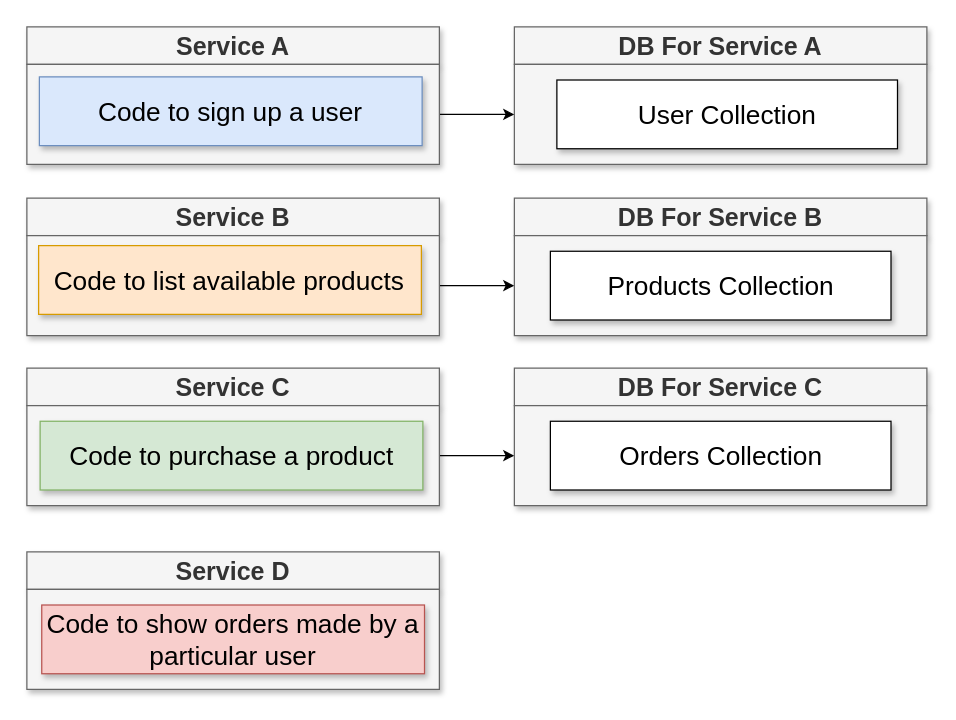
This is page "12 - new" (23 of 23) of diagrams/01/02.drawio from HappySuzuki/microservices-cast, a draw.io file, before an edit. Source tidied: cells renumbered, new cells numbered last; positions are measured from the earlier drawing's top-left corner, leaving out a move shared by most shapes. Both pictures are drawn from the tidied source at 125%, with x=0, y=0 at pixel (26, 26).
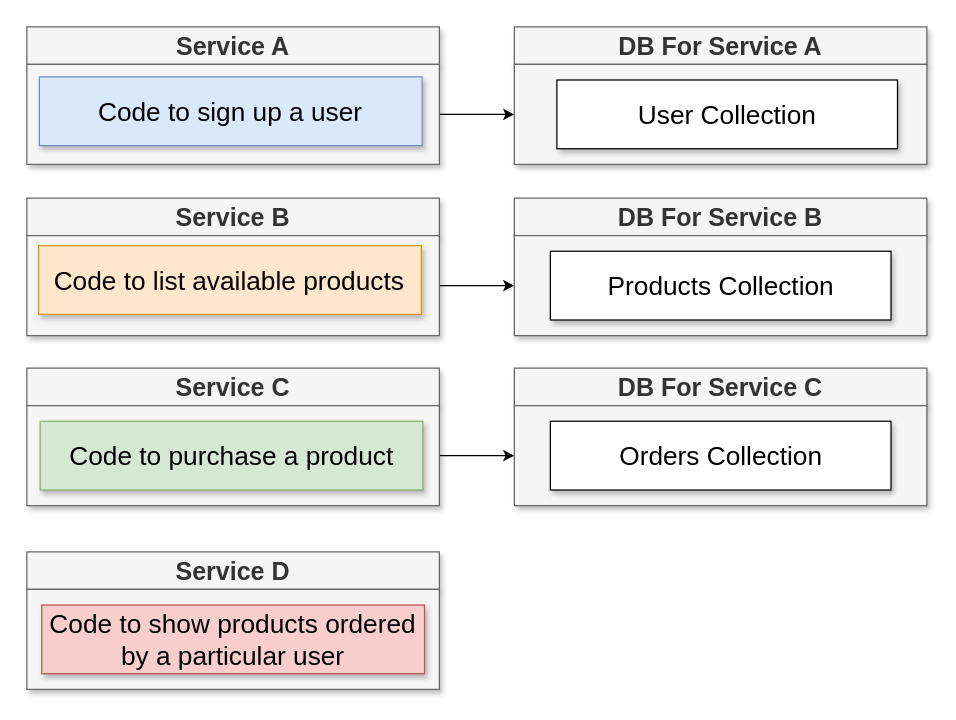
The same page after the edit.

Diff of the diagram source:
```diff
@@
-    <mxCell id="25" value="Code to show orders made by a particular user" style="rounded=0;whiteSpace=wrap;html=1;shadow=1;fontSize=21;fillColor=#f8cecc;strokeColor=#b85450;" parent="1" vertex="1">
+    <mxCell id="25" value="Code to show products ordered by a particular user" style="rounded=0;whiteSpace=wrap;html=1;shadow=1;fontSize=21;fillColor=#f8cecc;strokeColor=#b85450;" parent="1" vertex="1">
       <mxGeometry x="11.9" y="462.5" width="306.2" height="55" as="geometry" />
     </mxCell>
```
